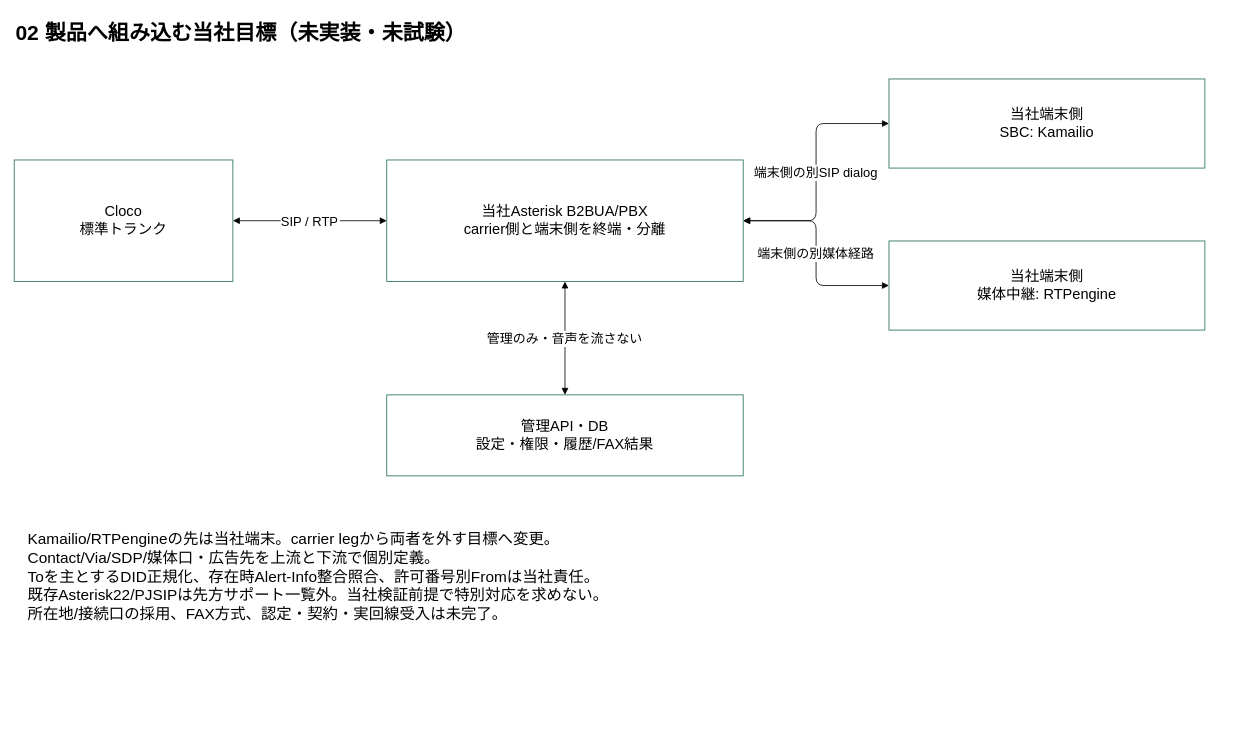
HirotsuguMatsumoto/anshin-phone-infra keeps this draw.io diagram as page "02 製品へ組み込む当社目標（未実装・未試験）" (2 of 2) of docs/specs/telephony-platform/cloco-anshin-phone-end-to-end.drawio. Above is the earlier version. Source tidied: cells renumbered, new cells numbered last; positions are measured from the earlier drawing's top-left corner, leaving out a move shared by most shapes. Both pictures are drawn from the tidied source at 81%, with x=0, y=0 at pixel (14, 14).
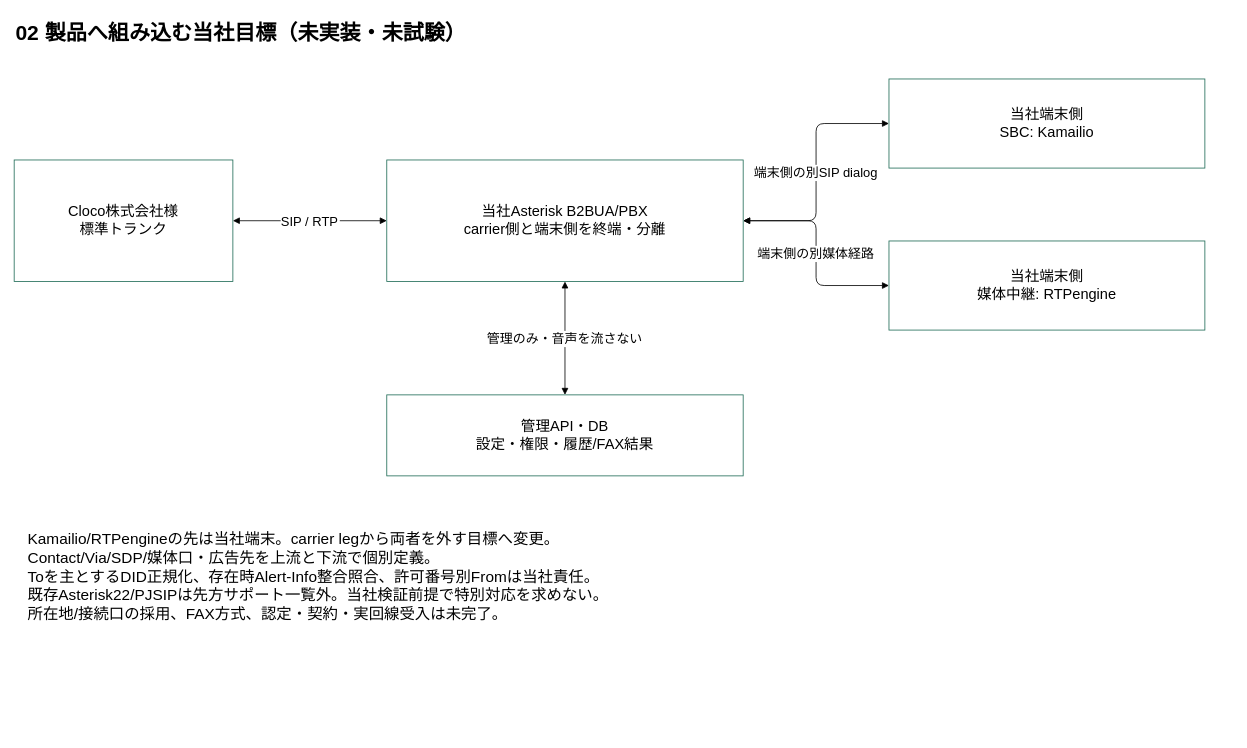
The same diagram, later.

The edit, as a diff of the source:
```diff
@@
 <mxGraphModel>
   <root>
     <mxCell id="0" />
     <mxCell id="1" parent="0" />
     <mxCell id="2" value="02 製品へ組み込む当社目標（未実装・未試験）" style="text;html=0;align=left;fontSize=26;fontStyle=1;" parent="1" vertex="1">
       <mxGeometry width="1500" height="70" as="geometry" />
     </mxCell>
-    <mxCell id="3" value="Cloco&#10;標準トランク" style="rounded=0;whiteSpace=wrap;html=0;fontSize=18;fillColor=#FFFFFF;strokeColor=#1F6B56;" parent="1" vertex="1">
+    <mxCell id="3" value="Cloco株式会社様&#10;標準トランク" style="rounded=0;whiteSpace=wrap;html=0;fontSize=18;fillColor=#FFFFFF;strokeColor=#1F6B56;" parent="1" vertex="1">
       <mxGeometry y="180" width="270" height="150" as="geometry" />
     </mxCell>
     <mxCell id="4" value="当社Asterisk B2BUA/PBX&#10;carrier側と端末側を終端・分離" style="rounded=0;whiteSpace=wrap;html=0;fontSize=18;fillColor=#FFFFFF;strokeColor=#1F6B56;" parent="1" vertex="1">
       <mxGeometry x="460" y="180" width="440" height="150" as="geometry" />
     </mxCell>
     <mxCell id="5" value="当社端末側&#10;SBC: Kamailio" style="rounded=0;whiteSpace=wrap;html=0;fontSize=18;fillColor=#FFFFFF;strokeColor=#1F6B56;" parent="1" vertex="1">
       <mxGeometry x="1080" y="80" width="390" height="110" as="geometry" />
     </mxCell>
     <mxCell id="6" value="当社端末側&#10;媒体中継: RTPengine" style="rounded=0;whiteSpace=wrap;html=0;fontSize=18;fillColor=#FFFFFF;strokeColor=#1F6B56;" parent="1" vertex="1">
       <mxGeometry x="1080" y="280" width="390" height="110" as="geometry" />
     </mxCell>
     <mxCell id="7" value="管理API・DB&#10;設定・権限・履歴/FAX結果" style="rounded=0;whiteSpace=wrap;html=0;fontSize=18;fillColor=#FFFFFF;strokeColor=#1F6B56;" parent="1" vertex="1">
       <mxGeometry x="460" y="470" width="440" height="100" as="geometry" />
     </mxCell>
     <mxCell id="8" value="SIP / RTP" style="edgeStyle=orthogonalEdgeStyle;html=0;endArrow=block;startArrow=block;fontSize=16;" parent="1" edge="1" source="3" target="4">
       <mxGeometry relative="1" as="geometry" />
     </mxCell>
     <mxCell id="9" value="端末側の別SIP dialog" style="edgeStyle=orthogonalEdgeStyle;html=0;endArrow=block;startArrow=block;fontSize=16;" parent="1" edge="1" source="4" target="5">
       <mxGeometry relative="1" as="geometry" />
     </mxCell>
     <mxCell id="10" value="端末側の別媒体経路" style="edgeStyle=orthogonalEdgeStyle;html=0;endArrow=block;startArrow=block;fontSize=16;" parent="1" edge="1" source="4" target="6">
       <mxGeometry relative="1" as="geometry" />
     </mxCell>
     <mxCell id="11" value="管理のみ・音声を流さない" style="edgeStyle=orthogonalEdgeStyle;html=0;endArrow=block;startArrow=block;fontSize=16;" parent="1" edge="1" source="4" target="7">
       <mxGeometry relative="1" as="geometry" />
     </mxCell>
     <mxCell id="12" value="Kamailio/RTPengineの先は当社端末。carrier legから両者を外す目標へ変更。&#10;Contact/Via/SDP/媒体口・広告先を上流と下流で個別定義。&#10;Toを主とするDID正規化、存在時Alert-Info整合照合、許可番号別Fromは当社責任。&#10;既存Asterisk22/PJSIPは先方サポート一覧外。当社検証前提で特別対応を求めない。&#10;所在地/接続口の採用、FAX方式、認定・契約・実回線受入は未完了。" style="text;html=0;align=left;verticalAlign=top;fontSize=19;" parent="1" vertex="1">
       <mxGeometry x="15" y="630" width="1490" height="260" as="geometry" />
     </mxCell>
   </root>
 </mxGraphModel>
```
